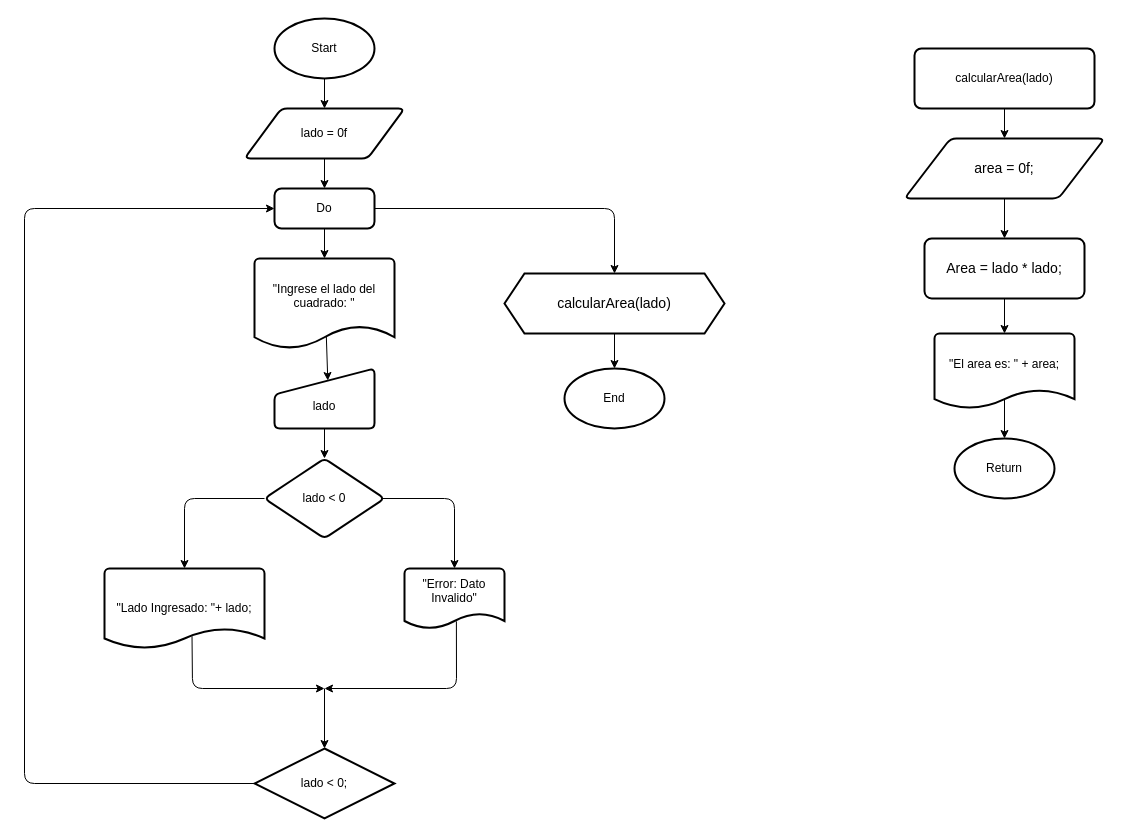
Before: AreaDeUnCuadrado.drawio in AnthonyLozadaAlexander/DiagramaDeFlujos, a draw.io diagram. Source tidied: cells renumbered, new cells numbered last; positions are measured from the earlier drawing's top-left corner, leaving out a move shared by most shapes. Both pictures are drawn from the tidied source at 100%, with x=0, y=0 at pixel (24, 18).
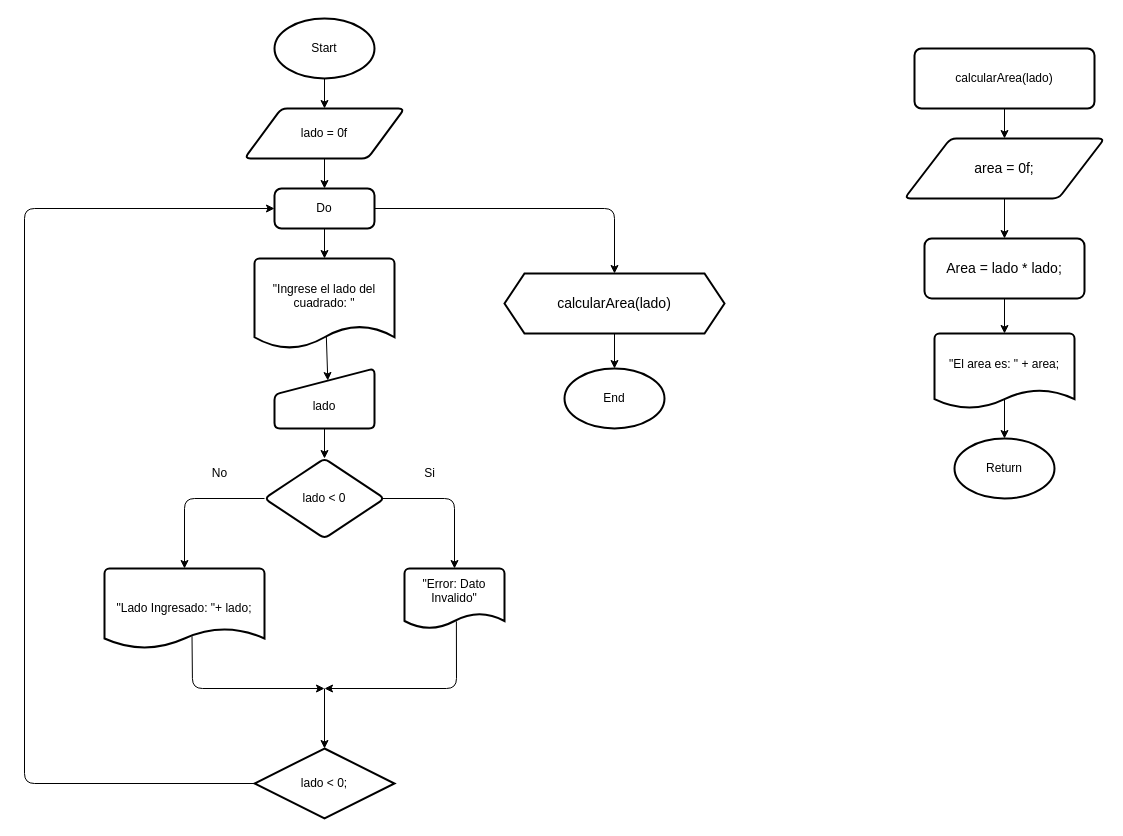
The same page after the edit.

Commit message:
Actualizar diagrama de flujo del método de área de un cuadrado para corregir dimensiones y mejorar la lógica de flujo.

Change to the diagram source:
```diff
@@
+    <mxCell id="35" value="Si" style="text;html=1;align=center;verticalAlign=middle;strokeColor=none;fillColor=none;" parent="1" vertex="1">
+      <mxGeometry x="390" y="440" width="30" height="30" as="geometry" />
+    </mxCell>
+    <mxCell id="36" value="No" style="text;html=1;align=center;verticalAlign=middle;strokeColor=none;fillColor=none;" parent="1" vertex="1">
+      <mxGeometry x="175" y="440" width="40" height="30" as="geometry" />
+    </mxCell>
```
